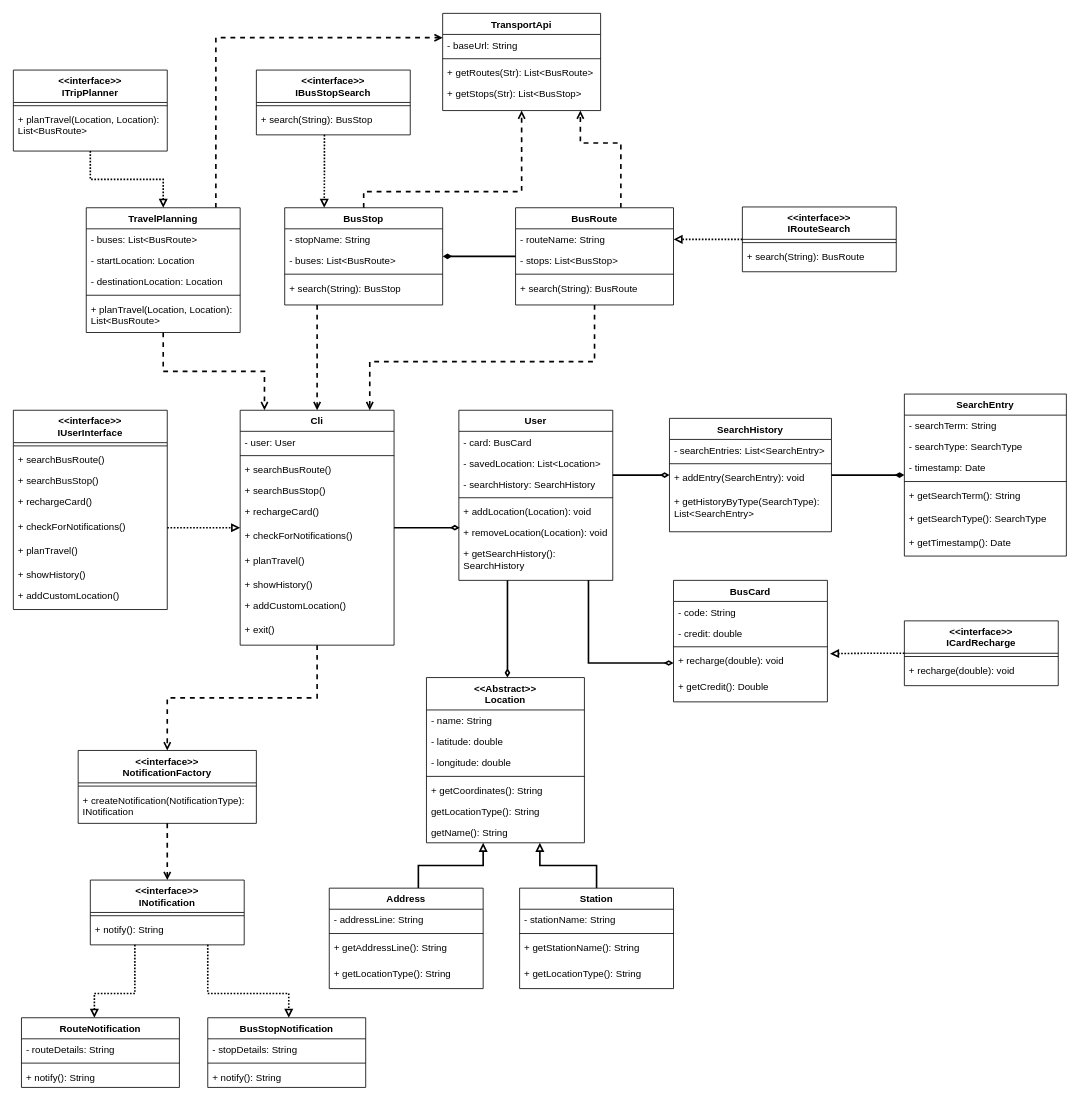
Earlier version of the draw.io diagram page "Class" (2 of 3) of diagrams.drawio (ProyectoFinalSoftwareModeling/SmartCommute). Source tidied: cells renumbered, new cells numbered last; positions are measured from the earlier drawing's top-left corner, leaving out a move shared by most shapes. Both pictures are drawn from the tidied source at 81%, with x=0, y=0 at pixel (13, 13).
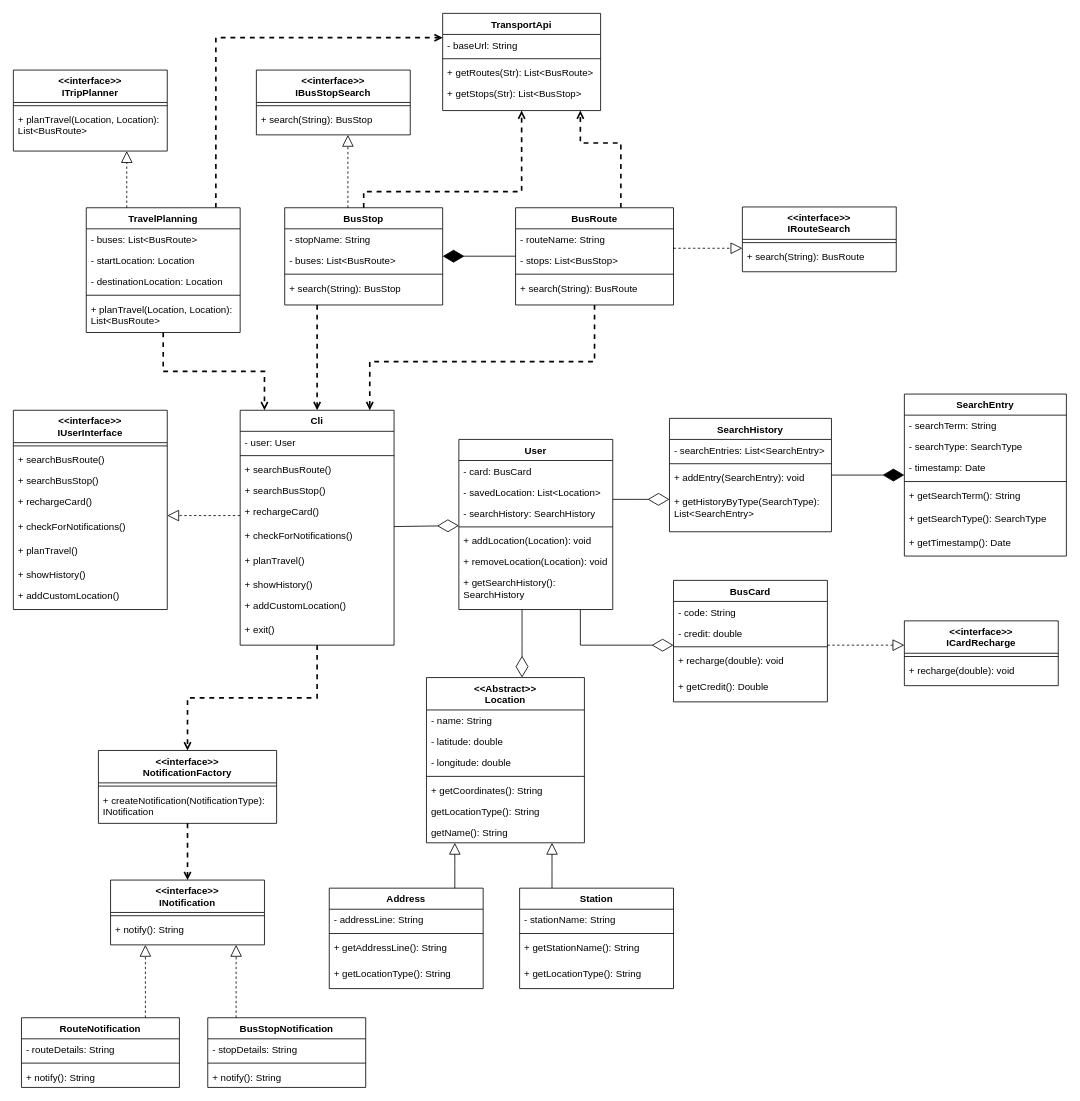
Above is the later version.

Commit message:
update in class diagram relationships

The change refers to these unchanged cells:
```xml
<mxCell id="10" value="+ removeLocation(Location): void" style="text;align=left;verticalAlign=top;spacingLeft=4;spacingRight=4;overflow=hidden;points=[[0,0.5],[1,0.5]];portConstraint=eastwest;" parent="4" vertex="1">
  <mxGeometry y="138" width="190" height="26" as="geometry" />
</mxCell>
<mxCell id="12" value="&lt;&lt;interface&gt;&gt;&#10;IUserInterface" style="swimlane;fontStyle=1;align=center;verticalAlign=top;horizontal=1;startSize=40;rounded=0;shadow=0;strokeWidth=1;" parent="1" vertex="1">
  <mxGeometry y="490" width="190" height="246" as="geometry" />
</mxCell>
<mxCell id="17" value="+ checkForNotifications()" style="text;align=left;verticalAlign=top;spacingLeft=4;spacingRight=4;overflow=hidden;points=[[0,0.5],[1,0.5]];portConstraint=eastwest;" parent="12" vertex="1">
  <mxGeometry y="130" width="190" height="30" as="geometry" />
</mxCell>
<mxCell id="22" value="Cli" style="swimlane;fontStyle=1;align=center;verticalAlign=top;horizontal=1;startSize=26;rounded=0;shadow=0;strokeWidth=1;" parent="1" vertex="1">
  <mxGeometry x="280" y="490" width="190" height="290" as="geometry" />
</mxCell>
<mxCell id="33" value="&lt;&lt;interface&gt;&gt;&#10;ITripPlanner" style="swimlane;fontStyle=1;align=center;verticalAlign=top;horizontal=1;startSize=40;rounded=0;shadow=0;strokeWidth=1;" parent="1" vertex="1">
  <mxGeometry y="70" width="190" height="100" as="geometry" />
</mxCell>
<mxCell id="38" value="TravelPlanning" style="swimlane;fontStyle=1;align=center;verticalAlign=top;horizontal=1;startSize=26;rounded=0;shadow=0;strokeWidth=1;" parent="1" vertex="1">
  <mxGeometry x="90" y="240" width="190" height="154" as="geometry" />
</mxCell>
<mxCell id="44" value="SearchHistory" style="swimlane;fontStyle=1;align=center;verticalAlign=top;horizontal=1;startSize=26;rounded=0;shadow=0;strokeWidth=1;" parent="1" vertex="1">
  <mxGeometry x="810" y="500" width="200" height="140" as="geometry" />
</mxCell>
<mxCell id="49" value="&lt;&lt;interface&gt;&gt;&#10;ICardRecharge" style="swimlane;fontStyle=1;align=center;verticalAlign=top;horizontal=1;startSize=40;rounded=0;shadow=0;strokeWidth=1;" parent="1" vertex="1">
  <mxGeometry x="1100" y="750" width="190" height="80" as="geometry" />
</mxCell>
<mxCell id="52" value="BusCard" style="swimlane;fontStyle=1;align=center;verticalAlign=top;horizontal=1;startSize=26;rounded=0;shadow=0;strokeWidth=1;" parent="1" vertex="1">
  <mxGeometry x="815" y="700" width="190" height="150" as="geometry" />
</mxCell>
<mxCell id="56" value="+ recharge(double): void" style="text;align=left;verticalAlign=top;spacingLeft=4;spacingRight=4;overflow=hidden;points=[[0,0.5],[1,0.5]];portConstraint=eastwest;" parent="52" vertex="1">
  <mxGeometry y="86" width="190" height="32" as="geometry" />
</mxCell>
<mxCell id="59" value="&lt;&lt;interface&gt;&gt;&#10;IRouteSearch" style="swimlane;fontStyle=1;align=center;verticalAlign=top;horizontal=1;startSize=40;rounded=0;shadow=0;strokeWidth=1;" parent="1" vertex="1">
  <mxGeometry x="900" y="239" width="190" height="80" as="geometry" />
</mxCell>
<mxCell id="65" value="BusRoute" style="swimlane;fontStyle=1;align=center;verticalAlign=top;horizontal=1;startSize=26;rounded=0;shadow=0;strokeWidth=1;" parent="1" vertex="1">
  <mxGeometry x="620" y="240" width="195" height="120" as="geometry" />
</mxCell>
<mxCell id="66" value="- routeName: String" style="text;align=left;verticalAlign=top;spacingLeft=4;spacingRight=4;overflow=hidden;points=[[0,0.5],[1,0.5]];portConstraint=eastwest;rounded=0;shadow=0;html=0;" parent="65" vertex="1">
  <mxGeometry y="26" width="195" height="26" as="geometry" />
</mxCell>
<mxCell id="71" value="&lt;&lt;interface&gt;&gt;&#10;IBusStopSearch" style="swimlane;fontStyle=1;align=center;verticalAlign=top;horizontal=1;startSize=40;rounded=0;shadow=0;strokeWidth=1;" parent="1" vertex="1">
  <mxGeometry x="300" y="70" width="190" height="80" as="geometry" />
</mxCell>
<mxCell id="75" value="BusStop" style="swimlane;fontStyle=1;align=center;verticalAlign=top;horizontal=1;startSize=26;rounded=0;shadow=0;strokeWidth=1;" parent="1" vertex="1">
  <mxGeometry x="335" y="240" width="195" height="120" as="geometry" />
</mxCell>
<mxCell id="85" value="RouteNotification" style="swimlane;fontStyle=1;align=center;verticalAlign=top;horizontal=1;startSize=26;rounded=0;shadow=0;strokeWidth=1;" parent="1" vertex="1">
  <mxGeometry x="10" y="1240" width="195" height="86" as="geometry" />
</mxCell>
<mxCell id="89" value="BusStopNotification" style="swimlane;fontStyle=1;align=center;verticalAlign=top;horizontal=1;startSize=26;rounded=0;shadow=0;strokeWidth=1;" parent="1" vertex="1">
  <mxGeometry x="240" y="1240" width="195" height="86" as="geometry" />
</mxCell>
<mxCell id="106" value="&lt;&lt;Abstract&gt;&gt;&#10;Location" style="swimlane;fontStyle=1;align=center;verticalAlign=top;horizontal=1;startSize=40;rounded=0;shadow=0;strokeWidth=1;" parent="1" vertex="1">
  <mxGeometry x="510" y="820" width="195" height="204" as="geometry" />
</mxCell>
<mxCell id="114" value="SearchEntry" style="swimlane;fontStyle=1;align=center;verticalAlign=top;horizontal=1;startSize=26;rounded=0;shadow=0;strokeWidth=1;" parent="1" vertex="1">
  <mxGeometry x="1100" y="470" width="200" height="200" as="geometry" />
</mxCell>
<mxCell id="126" value="Address" style="swimlane;fontStyle=1;align=center;verticalAlign=top;horizontal=1;startSize=26;rounded=0;shadow=0;strokeWidth=1;" parent="1" vertex="1">
  <mxGeometry x="390" y="1080" width="190" height="124" as="geometry" />
</mxCell>
<mxCell id="132" value="Station" style="swimlane;fontStyle=1;align=center;verticalAlign=top;horizontal=1;startSize=26;rounded=0;shadow=0;strokeWidth=1;" parent="1" vertex="1">
  <mxGeometry x="625" y="1080" width="190" height="124" as="geometry" />
</mxCell>
```

Change to the diagram source:
```diff
@@
-    <mxCell id="2" style="edgeStyle=orthogonalEdgeStyle;rounded=0;jettySize=auto;html=1;entryX=0;entryY=0.5;entryDx=0;entryDy=0;endArrow=diamondThin;endFill=0;strokeWidth=2;" parent="1" edge="1" source="4" target="56">
-      <mxGeometry relative="1" as="geometry">
-        <Array as="points">
-          <mxPoint x="710" y="802" />
-        </Array>
-      </mxGeometry>
-    </mxCell>
-    <mxCell id="3" style="edgeStyle=orthogonalEdgeStyle;rounded=0;jettySize=auto;html=1;endArrow=diamondThin;endFill=0;strokeWidth=2;" parent="1" edge="1" source="4" target="106">
-      <mxGeometry relative="1" as="geometry">
-        <Array as="points">
-          <mxPoint x="610" y="800" />
-          <mxPoint x="610" y="800" />
-        </Array>
-      </mxGeometry>
-    </mxCell>
     <mxCell id="4" value="User" style="swimlane;fontStyle=1;align=center;verticalAlign=top;horizontal=1;startSize=26;rounded=0;shadow=0;strokeWidth=1;" parent="1" vertex="1">
-      <mxGeometry x="550" y="490" width="190" height="210" as="geometry" />
+      <mxGeometry x="550" y="526" width="190" height="210" as="geometry" />
     </mxCell>
@@
-    <mxCell id="58" style="edgeStyle=orthogonalEdgeStyle;rounded=0;jettySize=auto;html=1;entryX=1;entryY=0.5;entryDx=0;entryDy=0;endArrow=block;endFill=0;dashed=1;dashPattern=1 1;strokeWidth=2;" parent="1" edge="1" source="59" target="66">
-      <mxGeometry relative="1" as="geometry" />
-    </mxCell>
@@
-    <mxCell id="62" style="edgeStyle=orthogonalEdgeStyle;rounded=0;jettySize=auto;html=1;endArrow=diamondThin;endFill=1;strokeWidth=2;" parent="1" edge="1" source="65" target="75">
-      <mxGeometry relative="1" as="geometry" />
-    </mxCell>
@@
-    <mxCell id="70" style="edgeStyle=orthogonalEdgeStyle;rounded=0;jettySize=auto;html=1;endArrow=block;endFill=0;dashed=1;dashPattern=1 1;entryX=0.25;entryY=0;entryDx=0;entryDy=0;strokeWidth=2;" parent="1" edge="1" source="71" target="75">
-      <mxGeometry relative="1" as="geometry">
-        <Array as="points">
-          <mxPoint x="384" y="200" />
-          <mxPoint x="384" y="200" />
-        </Array>
-      </mxGeometry>
-    </mxCell>
@@
-    <mxCell id="80" style="edgeStyle=orthogonalEdgeStyle;rounded=0;jettySize=auto;html=1;endArrow=block;endFill=0;dashed=1;dashPattern=1 1;strokeWidth=2;" parent="1" edge="1" source="82" target="85">
-      <mxGeometry relative="1" as="geometry">
-        <Array as="points">
-          <mxPoint x="150" y="1210" />
-          <mxPoint x="100" y="1210" />
-        </Array>
-      </mxGeometry>
-    </mxCell>
-    <mxCell id="81" style="edgeStyle=orthogonalEdgeStyle;rounded=0;jettySize=auto;html=1;dashed=1;dashPattern=1 1;endArrow=block;endFill=0;strokeWidth=2;" parent="1" edge="1" source="82" target="89">
-      <mxGeometry relative="1" as="geometry">
-        <Array as="points">
-          <mxPoint x="240" y="1210" />
-          <mxPoint x="340" y="1210" />
-        </Array>
-      </mxGeometry>
-    </mxCell>
     <mxCell id="82" value="&lt;&lt;interface&gt;&gt;&#10;INotification" style="swimlane;fontStyle=1;align=center;verticalAlign=top;horizontal=1;startSize=40;rounded=0;shadow=0;strokeWidth=1;" parent="1" vertex="1">
-      <mxGeometry x="95" y="1070" width="190" height="80" as="geometry" />
+      <mxGeometry x="120" y="1070" width="190" height="80" as="geometry" />
     </mxCell>
@@
     <mxCell id="94" value="&lt;&lt;interface&gt;&gt;&#10;NotificationFactory" style="swimlane;fontStyle=1;align=center;verticalAlign=top;horizontal=1;startSize=40;rounded=0;shadow=0;strokeWidth=1;" parent="1" vertex="1">
-      <mxGeometry x="80" y="910" width="220" height="90" as="geometry" />
+      <mxGeometry x="105" y="910" width="220" height="90" as="geometry" />
     </mxCell>
@@
-    <mxCell id="97" style="edgeStyle=orthogonalEdgeStyle;rounded=0;jettySize=auto;html=1;entryX=0;entryY=0.5;entryDx=0;entryDy=0;dashed=1;endArrow=block;endFill=0;dashPattern=1 1;strokeWidth=2;" parent="1" edge="1" source="17" target="22">
-      <mxGeometry relative="1" as="geometry" />
-    </mxCell>
-    <mxCell id="98" style="edgeStyle=orthogonalEdgeStyle;rounded=0;jettySize=auto;html=1;entryX=0.005;entryY=0.269;entryDx=0;entryDy=0;entryPerimeter=0;endArrow=diamondThin;endFill=0;strokeWidth=2;flowAnimation=0;shadow=0;curved=0;" parent="1" edge="1" source="22" target="10">
-      <mxGeometry relative="1" as="geometry" />
-    </mxCell>
-    <mxCell id="99" style="edgeStyle=orthogonalEdgeStyle;rounded=0;jettySize=auto;html=1;dashed=1;endArrow=block;endFill=0;dashPattern=1 1;strokeWidth=2;" parent="1" edge="1" source="33" target="38">
-      <mxGeometry relative="1" as="geometry" />
-    </mxCell>
@@
-    <mxCell id="105" style="edgeStyle=orthogonalEdgeStyle;rounded=0;jettySize=auto;html=1;endArrow=diamondThin;endFill=0;strokeWidth=2;" parent="1" edge="1" source="4" target="44">
-      <mxGeometry relative="1" as="geometry">
-        <Array as="points">
-          <mxPoint x="770" y="570" />
-          <mxPoint x="770" y="570" />
-        </Array>
-      </mxGeometry>
-    </mxCell>
@@
-    <mxCell id="122" style="edgeStyle=orthogonalEdgeStyle;rounded=0;jettySize=auto;html=1;endArrow=diamondThin;endFill=1;strokeWidth=2;" parent="1" edge="1" source="44" target="114">
-      <mxGeometry relative="1" as="geometry" />
-    </mxCell>
-    <mxCell id="123" style="edgeStyle=orthogonalEdgeStyle;rounded=0;jettySize=auto;html=1;entryX=1.017;entryY=0.141;entryDx=0;entryDy=0;entryPerimeter=0;endArrow=block;endFill=0;dashed=1;dashPattern=1 1;strokeWidth=2;" parent="1" edge="1" source="49" target="56">
-      <mxGeometry relative="1" as="geometry" />
-    </mxCell>
@@
-    <mxCell id="125" style="edgeStyle=orthogonalEdgeStyle;rounded=0;jettySize=auto;html=1;endArrow=block;endFill=0;strokeWidth=2;" parent="1" edge="1" source="126" target="106">
-      <mxGeometry relative="1" as="geometry">
-        <Array as="points">
-          <mxPoint x="500" y="1052" />
-          <mxPoint x="580" y="1052" />
-        </Array>
-      </mxGeometry>
-    </mxCell>
@@
-    <mxCell id="131" style="edgeStyle=orthogonalEdgeStyle;rounded=0;jettySize=auto;html=1;endArrow=block;endFill=0;strokeWidth=2;" parent="1" edge="1" source="132" target="106">
-      <mxGeometry relative="1" as="geometry">
-        <Array as="points">
-          <mxPoint x="720" y="1052" />
-          <mxPoint x="650" y="1052" />
-        </Array>
-      </mxGeometry>
-    </mxCell>
@@
+    <mxCell id="137" style="endArrow=diamondThin;endFill=1;endSize=24;html=1;rounded=0;" parent="1" edge="1">
+      <mxGeometry relative="1" as="geometry">
+        <mxPoint x="620" y="299.8" as="sourcePoint" />
+        <mxPoint x="530" y="299.8" as="targetPoint" />
+      </mxGeometry>
+    </mxCell>
+    <mxCell id="122" style="endArrow=diamondThin;endFill=1;endSize=24;html=1;rounded=0;" parent="1" edge="1" source="44" target="114">
+      <mxGeometry relative="1" as="geometry" />
+    </mxCell>
+    <mxCell id="138" style="endArrow=diamondThin;endFill=0;endSize=24;html=1;rounded=0;" parent="1" edge="1" source="22" target="4">
+      <mxGeometry relative="1" as="geometry" />
+    </mxCell>
+    <mxCell id="3" style="endArrow=diamondThin;endFill=0;endSize=24;html=1;rounded=0;edgeStyle=elbowEdgeStyle;" parent="1" edge="1" source="4" target="106">
+      <mxGeometry relative="1" as="geometry" />
+    </mxCell>
+    <mxCell id="105" style="endArrow=diamondThin;endFill=0;endSize=24;html=1;rounded=0;edgeStyle=elbowEdgeStyle;" parent="1" edge="1" source="4" target="44">
+      <mxGeometry relative="1" as="geometry">
+        <Array as="points">
+          <mxPoint x="770" y="600" />
+        </Array>
+      </mxGeometry>
+    </mxCell>
+    <mxCell id="139" style="endArrow=diamondThin;endFill=0;endSize=24;html=1;rounded=0;edgeStyle=elbowEdgeStyle;" parent="1" edge="1" source="4" target="52">
+      <mxGeometry relative="1" as="geometry">
+        <Array as="points">
+          <mxPoint x="700" y="780" />
+        </Array>
+      </mxGeometry>
+    </mxCell>
+    <mxCell id="140" style="endArrow=block;dashed=1;endFill=0;endSize=12;html=1;rounded=0;edgeStyle=elbowEdgeStyle;" parent="1" edge="1" source="38" target="33">
+      <mxGeometry relative="1" as="geometry" />
+    </mxCell>
+    <mxCell id="141" style="endArrow=block;dashed=1;endFill=0;endSize=12;html=1;rounded=0;edgeStyle=elbowEdgeStyle;" parent="1" edge="1" source="75" target="71">
+      <mxGeometry relative="1" as="geometry" />
+    </mxCell>
+    <mxCell id="142" style="endArrow=block;dashed=1;endFill=0;endSize=12;html=1;rounded=0;edgeStyle=elbowEdgeStyle;" parent="1" edge="1" source="65" target="59">
+      <mxGeometry relative="1" as="geometry">
+        <Array as="points">
+          <mxPoint x="840" y="290" />
+        </Array>
+      </mxGeometry>
+    </mxCell>
+    <mxCell id="143" style="endArrow=block;dashed=1;endFill=0;endSize=12;html=1;rounded=0;edgeStyle=elbowEdgeStyle;" parent="1" edge="1" source="22" target="12">
+      <mxGeometry relative="1" as="geometry">
+        <Array as="points">
+          <mxPoint x="260" y="620" />
+        </Array>
+      </mxGeometry>
+    </mxCell>
+    <mxCell id="144" style="endArrow=block;dashed=1;endFill=0;endSize=12;html=1;rounded=0;edgeStyle=elbowEdgeStyle;" parent="1" edge="1" source="52" target="49">
+      <mxGeometry relative="1" as="geometry">
+        <Array as="points">
+          <mxPoint x="1070" y="780" />
+        </Array>
+      </mxGeometry>
+    </mxCell>
+    <mxCell id="145" style="endArrow=block;dashed=1;endFill=0;endSize=12;html=1;rounded=0;edgeStyle=elbowEdgeStyle;" parent="1" edge="1" source="89" target="82">
+      <mxGeometry relative="1" as="geometry" />
+    </mxCell>
+    <mxCell id="146" style="endArrow=block;dashed=1;endFill=0;endSize=12;html=1;rounded=0;edgeStyle=elbowEdgeStyle;" parent="1" edge="1" source="85" target="82">
+      <mxGeometry relative="1" as="geometry" />
+    </mxCell>
+    <mxCell id="125" style="edgeStyle=elbowEdgeStyle;html=1;endSize=12;endArrow=block;endFill=0;rounded=0;" parent="1" edge="1" source="126" target="106">
+      <mxGeometry relative="1" as="geometry" />
+    </mxCell>
+    <mxCell id="131" style="edgeStyle=elbowEdgeStyle;html=1;endSize=12;endArrow=block;endFill=0;rounded=0;" parent="1" edge="1" source="132" target="106">
+      <mxGeometry relative="1" as="geometry" />
+    </mxCell>
```
